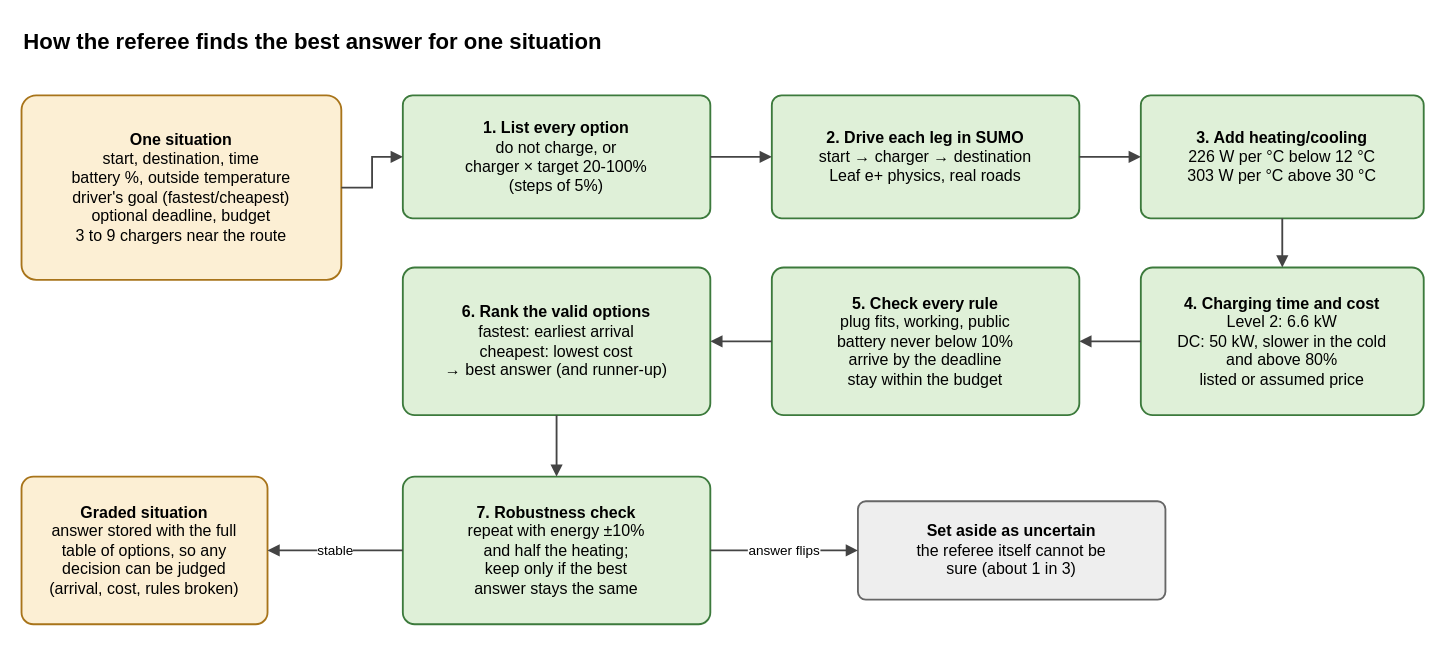
Before: page "2 Referee" (2 of 6) of diagrams/thesis_diagrams.drawio in EyadAhmed06/Thesis-Prototype, a draw.io diagram. Source tidied: cells renumbered, new cells numbered last; positions are measured from the earlier drawing's top-left corner, leaving out a move shared by most shapes. Both pictures are drawn from the tidied source at 123%, with x=0, y=0 at pixel (21, 21).
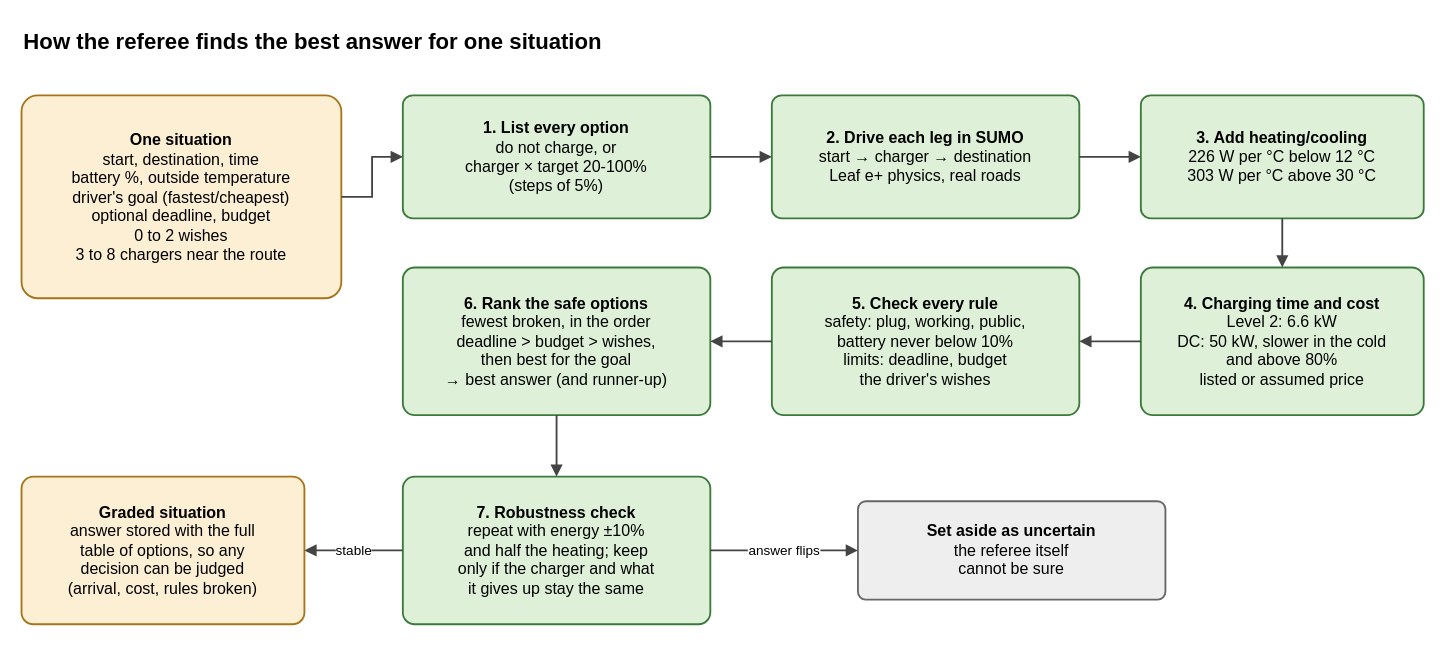
The same page after the edit.

Change to the diagram source:
```diff
@@
-    <mxCell id="3" value="&lt;b&gt;One situation&lt;/b&gt;&lt;br&gt;start, destination, time&lt;br&gt;battery %, outside temperature&lt;br&gt;driver&amp;#x27;s goal (fastest/cheapest)&lt;br&gt;optional deadline, budget&lt;br&gt;3 to 9 chargers near the route" style="rounded=1;whiteSpace=wrap;html=1;arcSize=8;fillColor=#FCEFD4;strokeColor=#A8741A;strokeWidth=1.5;fontFamily=Helvetica;fontSize=13;verticalAlign=middle;spacing=6;" parent="1" vertex="1">
-      <mxGeometry y="60" width="260" height="150" as="geometry" />
+    <mxCell id="3" value="&lt;b&gt;One situation&lt;/b&gt;&lt;br&gt;start, destination, time&lt;br&gt;battery %, outside temperature&lt;br&gt;driver&amp;#x27;s goal (fastest/cheapest)&lt;br&gt;optional deadline, budget&lt;br&gt;0 to 2 wishes&lt;br&gt;3 to 8 chargers near the route" style="rounded=1;whiteSpace=wrap;html=1;arcSize=8;fillColor=#FCEFD4;strokeColor=#A8741A;strokeWidth=1.5;fontFamily=Helvetica;fontSize=13;verticalAlign=middle;spacing=6;" parent="1" vertex="1">
+      <mxGeometry y="60" width="260" height="165" as="geometry" />
     </mxCell>
@@
-    <mxCell id="8" value="&lt;b&gt;5. Check every rule&lt;/b&gt;&lt;br&gt;plug fits, working, public&lt;br&gt;battery never below 10%&lt;br&gt;arrive by the deadline&lt;br&gt;stay within the budget" style="rounded=1;whiteSpace=wrap;html=1;arcSize=8;fillColor=#DFF0D8;strokeColor=#3C7A3C;strokeWidth=1.5;fontFamily=Helvetica;fontSize=13;verticalAlign=middle;spacing=6;" parent="1" vertex="1">
+    <mxCell id="8" value="&lt;b&gt;5. Check every rule&lt;/b&gt;&lt;br&gt;safety: plug, working, public,&lt;br&gt;battery never below 10%&lt;br&gt;limits: deadline, budget&lt;br&gt;the driver&amp;#x27;s wishes" style="rounded=1;whiteSpace=wrap;html=1;arcSize=8;fillColor=#DFF0D8;strokeColor=#3C7A3C;strokeWidth=1.5;fontFamily=Helvetica;fontSize=13;verticalAlign=middle;spacing=6;" parent="1" vertex="1">
       <mxGeometry x="610" y="200" width="250" height="120" as="geometry" />
     </mxCell>
-    <mxCell id="9" value="&lt;b&gt;6. Rank the valid options&lt;/b&gt;&lt;br&gt;fastest: earliest arrival&lt;br&gt;cheapest: lowest cost&lt;br&gt;→ best answer (and runner-up)" style="rounded=1;whiteSpace=wrap;html=1;arcSize=8;fillColor=#DFF0D8;strokeColor=#3C7A3C;strokeWidth=1.5;fontFamily=Helvetica;fontSize=13;verticalAlign=middle;spacing=6;" parent="1" vertex="1">
+    <mxCell id="9" value="&lt;b&gt;6. Rank the safe options&lt;/b&gt;&lt;br&gt;fewest broken, in the order&lt;br&gt;deadline &amp;gt; budget &amp;gt; wishes,&lt;br&gt;then best for the goal&lt;br&gt;→ best answer (and runner-up)" style="rounded=1;whiteSpace=wrap;html=1;arcSize=8;fillColor=#DFF0D8;strokeColor=#3C7A3C;strokeWidth=1.5;fontFamily=Helvetica;fontSize=13;verticalAlign=middle;spacing=6;" parent="1" vertex="1">
       <mxGeometry x="310" y="200" width="250" height="120" as="geometry" />
     </mxCell>
-    <mxCell id="10" value="&lt;b&gt;7. Robustness check&lt;/b&gt;&lt;br&gt;repeat with energy ±10%&lt;br&gt;and half the heating;&lt;br&gt;keep only if the best&lt;br&gt;answer stays the same" style="rounded=1;whiteSpace=wrap;html=1;arcSize=8;fillColor=#DFF0D8;strokeColor=#3C7A3C;strokeWidth=1.5;fontFamily=Helvetica;fontSize=13;verticalAlign=middle;spacing=6;" parent="1" vertex="1">
+    <mxCell id="10" value="&lt;b&gt;7. Robustness check&lt;/b&gt;&lt;br&gt;repeat with energy ±10%&lt;br&gt;and half the heating; keep&lt;br&gt;only if the charger and what&lt;br&gt;it gives up stay the same" style="rounded=1;whiteSpace=wrap;html=1;arcSize=8;fillColor=#DFF0D8;strokeColor=#3C7A3C;strokeWidth=1.5;fontFamily=Helvetica;fontSize=13;verticalAlign=middle;spacing=6;" parent="1" vertex="1">
       <mxGeometry x="310" y="370" width="250" height="120" as="geometry" />
     </mxCell>
     <mxCell id="11" value="&lt;b&gt;Graded situation&lt;/b&gt;&lt;br&gt;answer stored with the full&lt;br&gt;table of options, so any&lt;br&gt;decision can be judged&lt;br&gt;(arrival, cost, rules broken)" style="rounded=1;whiteSpace=wrap;html=1;arcSize=8;fillColor=#FCEFD4;strokeColor=#A8741A;strokeWidth=1.5;fontFamily=Helvetica;fontSize=13;verticalAlign=middle;spacing=6;" parent="1" vertex="1">
-      <mxGeometry y="370" width="200" height="120" as="geometry" />
+      <mxGeometry y="370" width="230" height="120" as="geometry" />
     </mxCell>
-    <mxCell id="12" value="&lt;b&gt;Set aside as uncertain&lt;/b&gt;&lt;br&gt;the referee itself cannot be&lt;br&gt;sure (about 1 in 3)" style="rounded=1;whiteSpace=wrap;html=1;arcSize=8;fillColor=#EEEEEE;strokeColor=#666666;strokeWidth=1.5;fontFamily=Helvetica;fontSize=13;verticalAlign=middle;spacing=6;" parent="1" vertex="1">
+    <mxCell id="12" value="&lt;b&gt;Set aside as uncertain&lt;/b&gt;&lt;br&gt;the referee itself&lt;br&gt;cannot be sure" style="rounded=1;whiteSpace=wrap;html=1;arcSize=8;fillColor=#EEEEEE;strokeColor=#666666;strokeWidth=1.5;fontFamily=Helvetica;fontSize=13;verticalAlign=middle;spacing=6;" parent="1" vertex="1">
       <mxGeometry x="680" y="390" width="250" height="80" as="geometry" />
     </mxCell>
```
